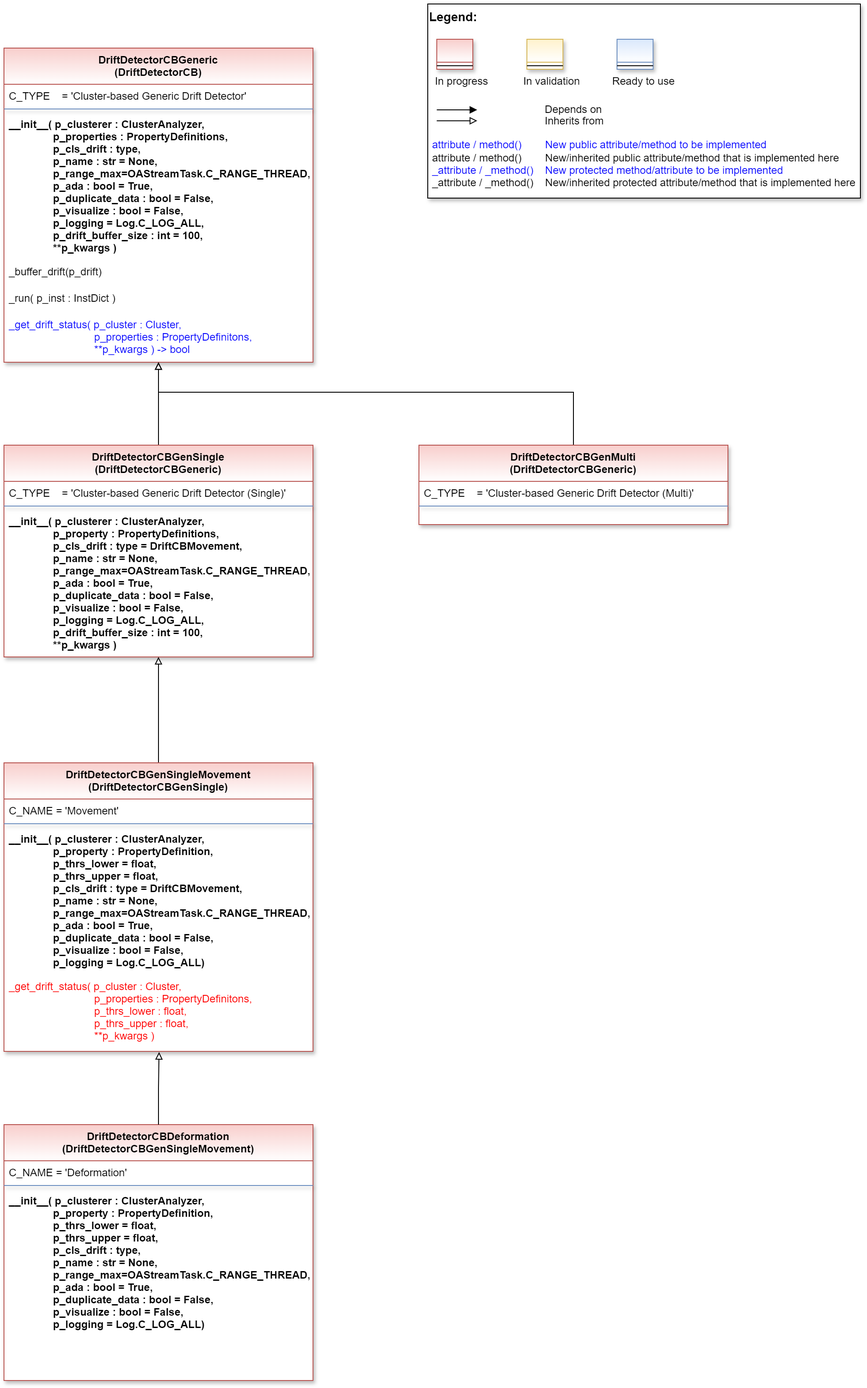
fhswf/MLPro keeps this draw.io diagram as doc/rtd/content/99_appendices/appendix2/sub/mlpro_oa/streams/40_drift_detection/20_cluster_based/generic/images/MLPro-OA-CB-Gen-Drift-Detectors_class_diagram.drawio.png. Above is the earlier version. Source tidied: cells renumbered, new cells last; positions are measured from the earlier drawing's top-left corner, leaving out a move shared by most shapes.
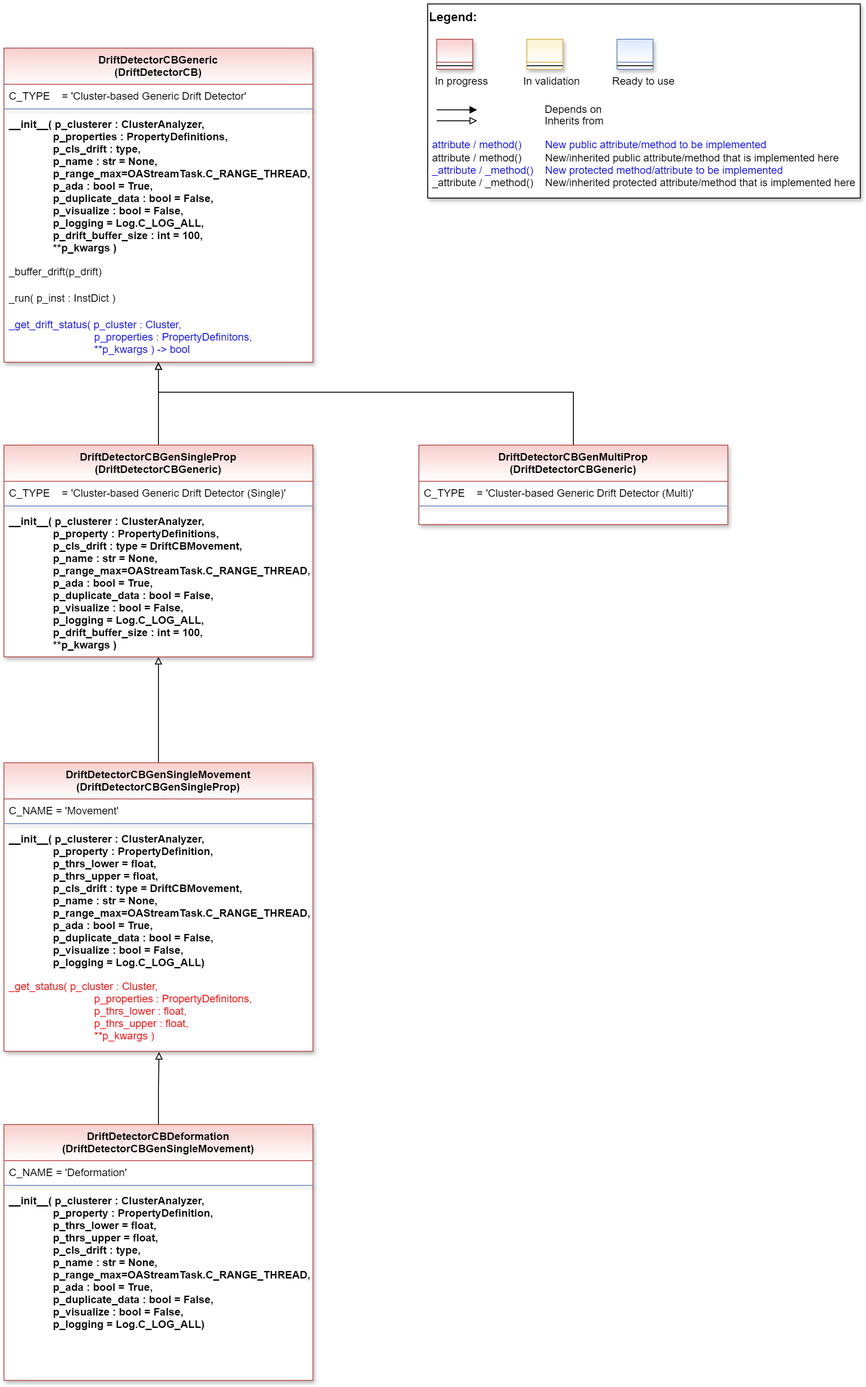
After the commit.

What changed in the source:
```diff
@@ -67,7 +67,7 @@
     <mxCell id="19" style="edgeStyle=orthogonalEdgeStyle;rounded=0;jettySize=auto;html=1;endArrow=block;endFill=0;" parent="1" edge="1" source="20" target="12">
       <mxGeometry relative="1" as="geometry" />
     </mxCell>
-    <mxCell id="20" value="DriftDetectorCBGenSingle&#10;(DriftDetectorCBGeneric)" style="swimlane;align=center;verticalAlign=top;horizontal=1;startSize=41;rounded=0;shadow=1;strokeWidth=1;fillColor=#f8cecc;strokeColor=#b85450;swimlaneFillColor=#ffffff;gradientColor=#FFFFFF;" parent="1" vertex="1">
+    <mxCell id="20" value="DriftDetectorCBGenSingleProp&#10;(DriftDetectorCBGeneric)" style="swimlane;align=center;verticalAlign=top;horizontal=1;startSize=41;rounded=0;shadow=1;strokeWidth=1;fillColor=#f8cecc;strokeColor=#b85450;swimlaneFillColor=#ffffff;gradientColor=#FFFFFF;" parent="1" vertex="1">
       <mxGeometry y="500" width="350" height="240" as="geometry" />
     </mxCell>
     <mxCell id="21" value="C_TYPE    = 'Cluster-based Generic Drift Detector (Single)'" style="text;align=left;verticalAlign=top;spacingLeft=4;spacingRight=4;overflow=hidden;" parent="20" vertex="1">
@@ -87,7 +87,7 @@
         </Array>
       </mxGeometry>
     </mxCell>
-    <mxCell id="25" value="DriftDetectorCBGenMulti&#10;(DriftDetectorCBGeneric)" style="swimlane;align=center;verticalAlign=top;horizontal=1;startSize=41;rounded=0;shadow=1;strokeWidth=1;fillColor=#f8cecc;strokeColor=#b85450;swimlaneFillColor=#ffffff;gradientColor=#FFFFFF;" parent="1" vertex="1">
+    <mxCell id="25" value="DriftDetectorCBGenMultiProp&#10;(DriftDetectorCBGeneric)" style="swimlane;align=center;verticalAlign=top;horizontal=1;startSize=41;rounded=0;shadow=1;strokeWidth=1;fillColor=#f8cecc;strokeColor=#b85450;swimlaneFillColor=#ffffff;gradientColor=#FFFFFF;" parent="1" vertex="1">
       <mxGeometry x="470" y="500" width="350" height="90" as="geometry" />
     </mxCell>
     <mxCell id="26" value="C_TYPE    = 'Cluster-based Generic Drift Detector (Multi)'" style="text;align=left;verticalAlign=top;spacingLeft=4;spacingRight=4;overflow=hidden;" parent="25" vertex="1">
@@ -99,7 +99,7 @@
     <mxCell id="28" style="edgeStyle=orthogonalEdgeStyle;rounded=0;jettySize=auto;html=1;endArrow=block;endFill=0;" parent="1" edge="1" source="29" target="20">
       <mxGeometry relative="1" as="geometry" />
     </mxCell>
-    <mxCell id="29" value="DriftDetectorCBGenSingleMovement&#10;(DriftDetectorCBGenSingle)" style="swimlane;align=center;verticalAlign=top;horizontal=1;startSize=41;rounded=0;shadow=1;strokeWidth=1;fillColor=#f8cecc;strokeColor=#b85450;swimlaneFillColor=#ffffff;gradientColor=#FFFFFF;" parent="1" vertex="1">
+    <mxCell id="29" value="DriftDetectorCBGenSingleMovement&#10;(DriftDetectorCBGenSingleProp)" style="swimlane;align=center;verticalAlign=top;horizontal=1;startSize=41;rounded=0;shadow=1;strokeWidth=1;fillColor=#f8cecc;strokeColor=#b85450;swimlaneFillColor=#ffffff;gradientColor=#FFFFFF;" parent="1" vertex="1">
       <mxGeometry y="860" width="350" height="327" as="geometry" />
     </mxCell>
     <mxCell id="30" value="C_NAME = 'Movement'" style="text;align=left;verticalAlign=top;spacingLeft=4;spacingRight=4;overflow=hidden;" parent="29" vertex="1">
@@ -111,7 +111,7 @@
     <mxCell id="32" value="__init__( p_clusterer : ClusterAnalyzer,&#10;               p_property : PropertyDefinition,&#10;               p_thrs_lower = float,&#10;               p_thrs_upper = float,               &#10;               p_cls_drift : type = DriftCBMovement,&#10;               p_name : str = None,&#10;               p_range_max=OAStreamTask.C_RANGE_THREAD,&#10;               p_ada : bool = True,&#10;               p_duplicate_data : bool = False,&#10;               p_visualize : bool = False,&#10;               p_logging = Log.C_LOG_ALL)" style="text;align=left;verticalAlign=top;spacingLeft=4;spacingRight=4;overflow=hidden;fontStyle=1;" parent="29" vertex="1">
       <mxGeometry y="73" width="350" height="167" as="geometry" />
     </mxCell>
-    <mxCell id="33" value="_get_drift_status( p_cluster : Cluster,&#10;                             p_properties : PropertyDefinitons,&#10;                             p_thrs_lower : float,&#10;                             p_thrs_upper : float,&#10;                             **p_kwargs )" style="text;align=left;verticalAlign=top;spacingLeft=4;spacingRight=4;overflow=hidden;points=[[0,0.5],[1,0.5]];portConstraint=eastwest;shadow=1;fontColor=#FF0000;" parent="29" vertex="1">
+    <mxCell id="33" value="_get_status( p_cluster : Cluster,&#10;                             p_properties : PropertyDefinitons,&#10;                             p_thrs_lower : float,&#10;                             p_thrs_upper : float,&#10;                             **p_kwargs )" style="text;align=left;verticalAlign=top;spacingLeft=4;spacingRight=4;overflow=hidden;points=[[0,0.5],[1,0.5]];portConstraint=eastwest;shadow=1;fontColor=#FF0000;" parent="29" vertex="1">
       <mxGeometry y="240" width="350" height="87" as="geometry" />
     </mxCell>
     <mxCell id="34" value="DriftDetectorCBDeformation&#10;(DriftDetectorCBGenSingleMovement)" style="swimlane;align=center;verticalAlign=top;horizontal=1;startSize=41;rounded=0;shadow=1;strokeWidth=1;fillColor=#f8cecc;strokeColor=#b85450;swimlaneFillColor=#ffffff;gradientColor=#FFFFFF;" parent="1" vertex="1">
```
